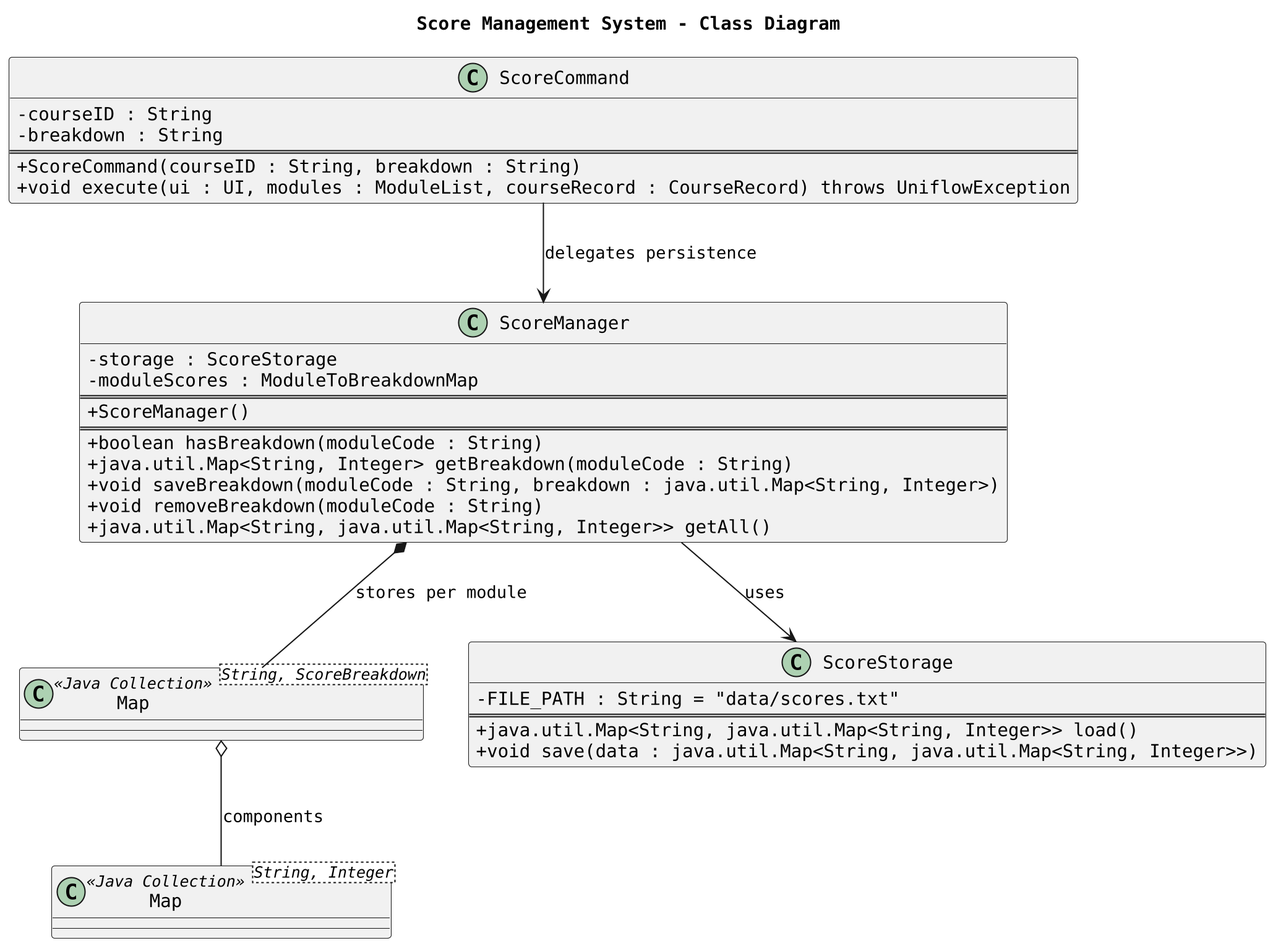
Above: docs/diagrams/ScoreManagementSystemClassDiagram.png in AY2526S1-CS2113-T10-3/tp (PlantUML), before the change.
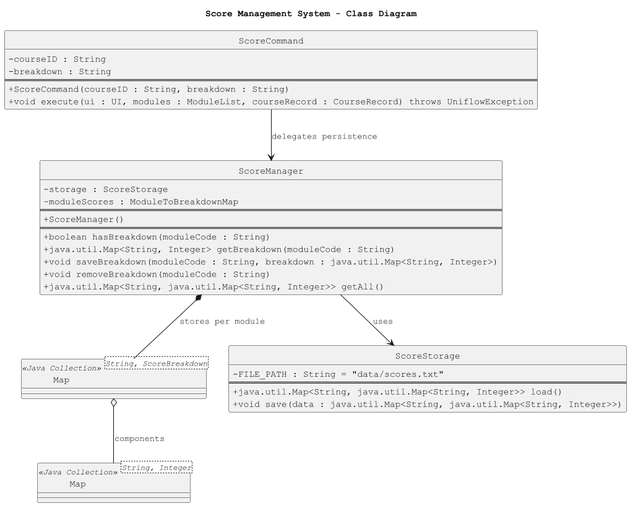
The same file after the commit.

The edit, as a diff of the source:
```diff
@@ -1,8 +1,9 @@
-@startuml
+@startuml Score_System_Class_Diagram
 skinparam dpi 200
 skinparam classAttributeIconSize 0
 skinparam shadowing false
 skinparam defaultFontName Monospaced
+hide circle
 
 title Score Management System - Class Diagram
 
@@ -41,4 +42,5 @@
 ScoreManager *-- ModuleToBreakdownMap : "stores per module"
 ModuleToBreakdownMap o-- ScoreBreakdown : "components"
 ScoreCommand --> ScoreManager : "delegates persistence"
+
 @enduml
```
